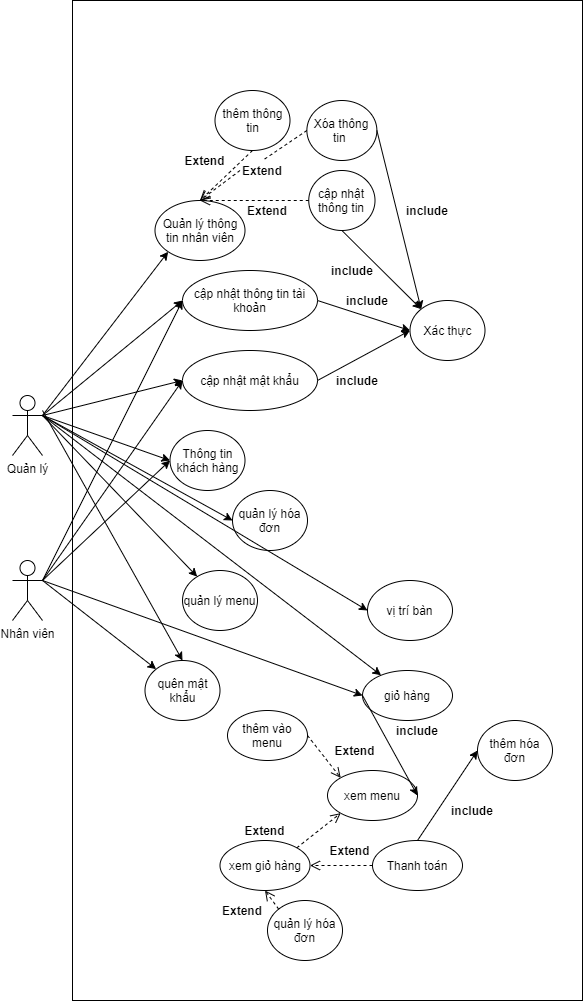
The draw.io diagram Sơ đồ/all.png in 518H0090/FinalProjectAndroid, before a commit. Source tidied: cells renumbered, new cells last; positions are measured from the earlier drawing's top-left corner, leaving out a move shared by most shapes.
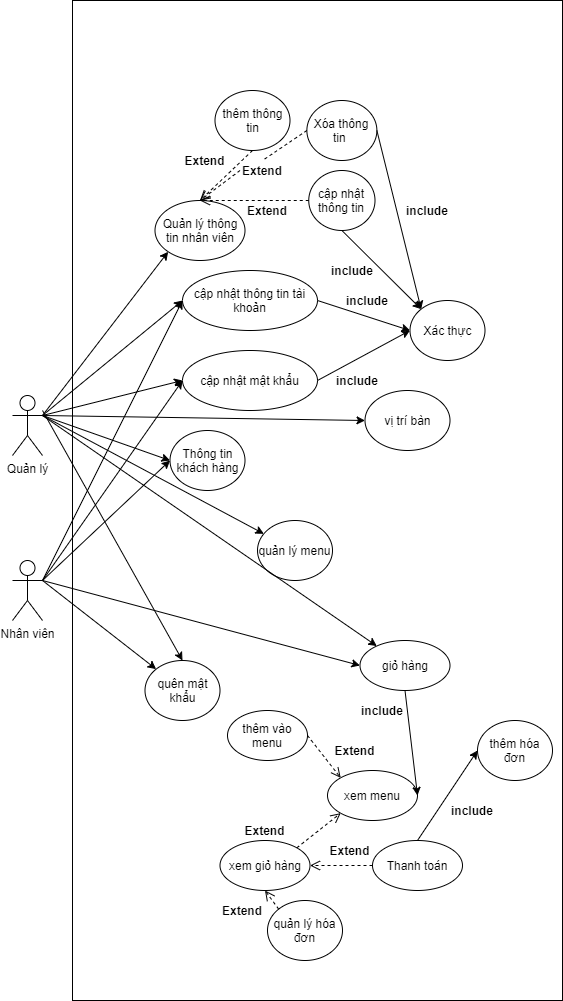
After the change.

Change to the diagram source:
```diff
@@ -2,9 +2,9 @@
   <root>
     <mxCell id="0" />
     <mxCell id="1" parent="0" />
-    <mxCell id="2" style="rounded=0;whiteSpace=wrap;html=1;" parent="1" vertex="1">
-      <mxGeometry x="60" width="510" height="1000" as="geometry" />
-    </mxCell>
+    <mxCell id="65" style="rounded=0;whiteSpace=wrap;html=1;" parent="1" vertex="1">
+      <mxGeometry x="60" width="490" height="1000" as="geometry" />
+    </mxCell>
     <mxCell id="3" value="Quản lý" style="shape=umlActor;verticalLabelPosition=bottom;verticalAlign=top;html=1;outlineConnect=0;" parent="1" vertex="1">
       <mxGeometry y="395" width="30" height="60" as="geometry" />
     </mxCell>
@@ -12,10 +12,10 @@
       <mxGeometry x="142.5" y="200" width="90" height="60" as="geometry" />
     </mxCell>
     <mxCell id="5" value="quản lý menu" style="ellipse;whiteSpace=wrap;html=1;" parent="1" vertex="1">
-      <mxGeometry x="170" y="570" width="75" height="60" as="geometry" />
+      <mxGeometry x="245" y="520" width="75" height="60" as="geometry" />
     </mxCell>
     <mxCell id="6" value="vị trí bàn" style="ellipse;whiteSpace=wrap;html=1;" parent="1" vertex="1">
-      <mxGeometry x="355" y="580" width="85" height="60" as="geometry" />
+      <mxGeometry x="352.5" y="390" width="85" height="60" as="geometry" />
     </mxCell>
     <mxCell id="7" style="endArrow=classic;html=1;entryX=0;entryY=1;entryDx=0;entryDy=0;exitX=1;exitY=0.3333333333333333;exitDx=0;exitDy=0;exitPerimeter=0;" parent="1" edge="1" source="3" target="4">
       <mxGeometry relative="1" as="geometry" />
@@ -45,7 +45,7 @@
       <mxGeometry relative="1" as="geometry" />
     </mxCell>
     <mxCell id="16" value="giỏ hàng" style="ellipse;whiteSpace=wrap;html=1;" parent="1" vertex="1">
-      <mxGeometry x="350" y="670" width="90" height="50" as="geometry" />
+      <mxGeometry x="347.5" y="640" width="90" height="50" as="geometry" />
     </mxCell>
     <mxCell id="17" value="Thanh toán" style="ellipse;whiteSpace=wrap;html=1;" parent="1" vertex="1">
       <mxGeometry x="360" y="840" width="90" height="50" as="geometry" />
@@ -101,11 +101,11 @@
     <mxCell id="34" style="html=1;verticalAlign=bottom;endArrow=open;dashed=1;endSize=8;exitX=0;exitY=0.5;exitDx=0;exitDy=0;entryX=0.5;entryY=0;entryDx=0;entryDy=0;startArrow=none;" parent="1" edge="1" source="39" target="4">
       <mxGeometry relative="1" as="geometry" />
     </mxCell>
-    <mxCell id="35" style="html=1;verticalAlign=bottom;endArrow=open;dashed=1;endSize=8;exitX=0;exitY=0.5;exitDx=0;exitDy=0;" parent="1" edge="1" source="29">
-      <mxGeometry relative="1" as="geometry">
-        <mxPoint x="187.5" y="200" as="targetPoint" />
-      </mxGeometry>
-    </mxCell>
+    <mxCell id="66" style="html=1;verticalAlign=bottom;endArrow=open;dashed=1;endSize=8;exitX=0;exitY=0.5;exitDx=0;exitDy=0;" parent="1" edge="1" source="29">
+      <mxGeometry relative="1" as="geometry">
+        <mxPoint x="187.5" y="200" as="targetPoint" />
+      </mxGeometry>
+    </mxCell>
     <mxCell id="36" style="html=1;verticalAlign=bottom;endArrow=open;dashed=1;endSize=8;exitX=0.5;exitY=1;exitDx=0;exitDy=0;entryX=0.5;entryY=0;entryDx=0;entryDy=0;" parent="1" edge="1" source="27" target="4">
       <mxGeometry relative="1" as="geometry" />
     </mxCell>
@@ -124,11 +124,11 @@
     <mxCell id="41" value="xem menu" style="ellipse;whiteSpace=wrap;html=1;" parent="1" vertex="1">
       <mxGeometry x="315" y="770" width="90" height="50" as="geometry" />
     </mxCell>
-    <mxCell id="42" style="endArrow=classic;html=1;entryX=1;entryY=0.5;entryDx=0;entryDy=0;exitX=0;exitY=0.5;exitDx=0;exitDy=0;" parent="1" edge="1" source="16" target="41">
+    <mxCell id="42" style="endArrow=classic;html=1;entryX=1;entryY=0.5;entryDx=0;entryDy=0;exitX=0.5;exitY=1;exitDx=0;exitDy=0;" parent="1" edge="1" source="16" target="41">
       <mxGeometry relative="1" as="geometry" />
     </mxCell>
     <mxCell id="43" value="include" style="text;align=center;fontStyle=1;verticalAlign=middle;spacingLeft=3;spacingRight=3;strokeColor=none;" parent="1" vertex="1">
-      <mxGeometry x="382.5" y="720" width="45" height="20" as="geometry" />
+      <mxGeometry x="347.5" y="700" width="45" height="20" as="geometry" />
     </mxCell>
     <mxCell id="44" value="thêm vào menu" style="ellipse;whiteSpace=wrap;html=1;" parent="1" vertex="1">
       <mxGeometry x="215" y="710" width="80" height="50" as="geometry" />
@@ -154,12 +154,6 @@
     <mxCell id="51" value="Extend" style="text;align=center;fontStyle=1;verticalAlign=middle;spacingLeft=3;spacingRight=3;strokeColor=none;" parent="1" vertex="1">
       <mxGeometry x="315" y="840" width="45" height="20" as="geometry" />
     </mxCell>
-    <mxCell id="52" value="quản lý hóa đơn" style="ellipse;whiteSpace=wrap;html=1;" parent="1" vertex="1">
-      <mxGeometry x="220" y="490" width="75" height="60" as="geometry" />
-    </mxCell>
-    <mxCell id="53" style="endArrow=classic;html=1;entryX=0;entryY=0.5;entryDx=0;entryDy=0;exitX=1;exitY=0.3333333333333333;exitDx=0;exitDy=0;exitPerimeter=0;" parent="1" edge="1" source="3" target="52">
-      <mxGeometry relative="1" as="geometry" />
-    </mxCell>
     <mxCell id="54" value="quản lý hóa đơn" style="ellipse;whiteSpace=wrap;html=1;" parent="1" vertex="1">
       <mxGeometry x="255" y="900" width="75" height="60" as="geometry" />
     </mxCell>
@@ -169,11 +163,11 @@
     <mxCell id="56" value="Extend" style="text;align=center;fontStyle=1;verticalAlign=middle;spacingLeft=3;spacingRight=3;strokeColor=none;" parent="1" vertex="1">
       <mxGeometry x="207.5" y="900" width="45" height="20" as="geometry" />
     </mxCell>
-    <mxCell id="57" style="endArrow=classic;html=1;entryX=0.5;entryY=0;entryDx=0;entryDy=0;" parent="1" edge="1" target="21">
-      <mxGeometry relative="1" as="geometry">
-        <mxPoint x="30" y="410" as="sourcePoint" />
-      </mxGeometry>
-    </mxCell>
+    <mxCell id="67" style="endArrow=classic;html=1;entryX=0.5;entryY=0;entryDx=0;entryDy=0;" parent="1" edge="1" target="21">
+      <mxGeometry relative="1" as="geometry">
+        <mxPoint x="30" y="410" as="sourcePoint" />
+      </mxGeometry>
+    </mxCell>
     <mxCell id="58" value="Nhân viên" style="shape=umlActor;verticalLabelPosition=bottom;verticalAlign=top;html=1;outlineConnect=0;" parent="1" vertex="1">
       <mxGeometry y="560" width="30" height="60" as="geometry" />
     </mxCell>
```
